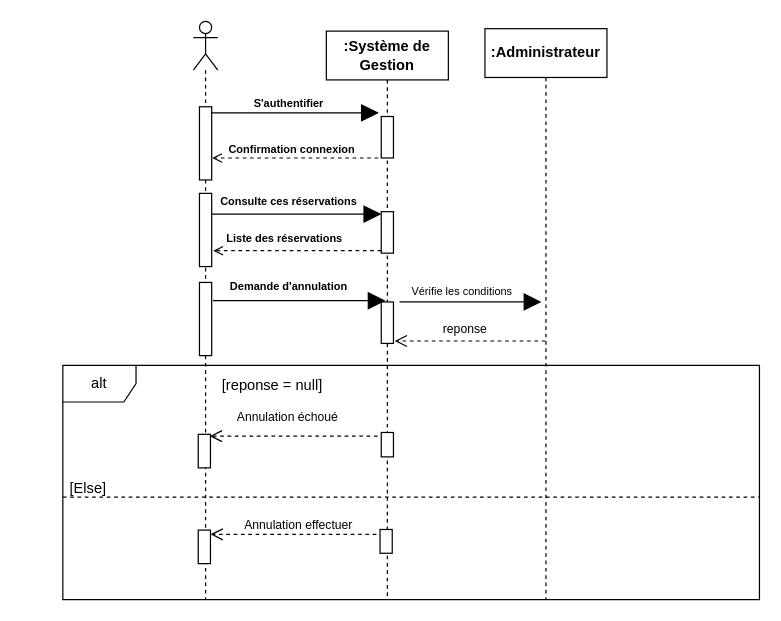
Earlier version of the draw.io diagram Diagramme sequence 2.drawio (louis-fresnel99/TpGasaL1). Source tidied: cells renumbered, new cells numbered last; positions are measured from the earlier drawing's top-left corner, leaving out a move shared by most shapes. Both pictures are drawn from the tidied source at 122%, with x=0, y=0 at pixel (34, 21).
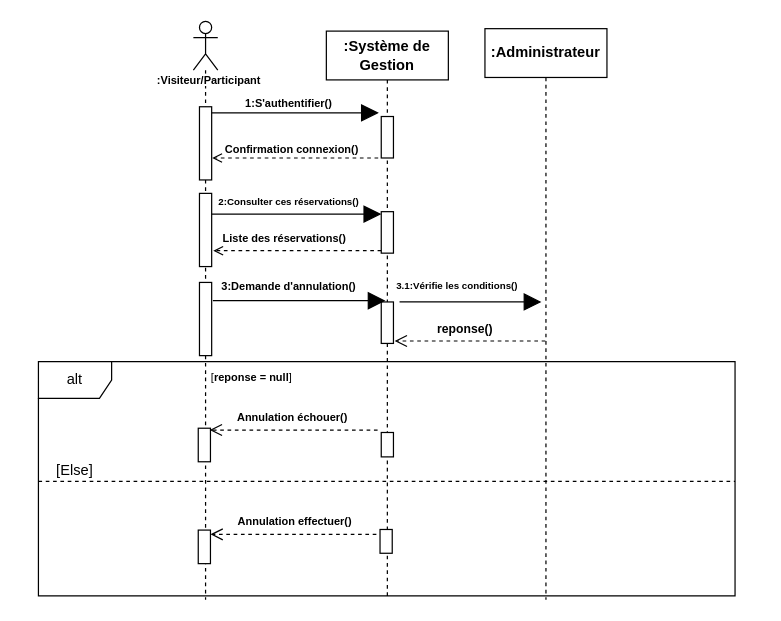
Above is the later version.

Commit message:
Mettre à jour Diagramme sequence 2.drawio

Unchanged cells that the change refers to:
```xml
<mxCell id="2" style="shape=umlLifeline;perimeter=lifelinePerimeter;whiteSpace=wrap;html=1;newEdgeStyle={&quot;curved&quot;:0,&quot;rounded&quot;:0};participant=umlActor;" parent="1" vertex="1">
  <mxGeometry x="130" width="20" height="474" as="geometry" />
</mxCell>
```

What changed in the source:
```diff
@@
     <mxCell id="3" style="html=1;perimeter=orthogonalPerimeter;targetShapes=umlLifeline;newEdgeStyle={&quot;curved&quot;:0,&quot;rounded&quot;:0};fillColor=light-dark(#FFFFFF,#FFFFFF);strokeColor=light-dark(#000000,#000000);" parent="2" vertex="1">
-      <mxGeometry x="4" y="338.5" width="10" height="27.5" as="geometry" />
+      <mxGeometry x="4" y="333.5" width="10" height="27.5" as="geometry" />
     </mxCell>
@@
-    <mxCell id="14" value="&lt;font style=&quot;color: light-dark(rgb(0, 0, 0), rgb(0, 0, 0)); font-size: 9px;&quot;&gt;&lt;b style=&quot;&quot;&gt;S'authentifier&lt;/b&gt;&lt;/font&gt;" style="text;html=1;align=center;verticalAlign=middle;whiteSpace=wrap;rounded=0;" parent="1" vertex="1">
+    <mxCell id="14" value="&lt;font style=&quot;color: light-dark(rgb(0, 0, 0), rgb(0, 0, 0)); font-size: 9px;&quot;&gt;&lt;b style=&quot;&quot;&gt;1:S'authentifier()&lt;/b&gt;&lt;/font&gt;" style="text;html=1;align=center;verticalAlign=middle;whiteSpace=wrap;rounded=0;" parent="1" vertex="1">
       <mxGeometry x="144" y="56" width="129" height="22" as="geometry" />
     </mxCell>
@@
-    <mxCell id="16" value="&lt;font style=&quot;color: light-dark(rgb(0, 0, 0), rgb(0, 0, 0)); font-size: 9px;&quot;&gt;&lt;b style=&quot;&quot;&gt;Confirmation connexion&lt;/b&gt;&lt;/font&gt;" style="text;html=1;align=center;verticalAlign=middle;whiteSpace=wrap;rounded=0;" parent="1" vertex="1">
+    <mxCell id="16" value="&lt;font style=&quot;color: light-dark(rgb(0, 0, 0), rgb(0, 0, 0)); font-size: 9px;&quot;&gt;&lt;b style=&quot;&quot;&gt;Confirmation connexion()&lt;/b&gt;&lt;/font&gt;" style="text;html=1;align=center;verticalAlign=middle;whiteSpace=wrap;rounded=0;" parent="1" vertex="1">
       <mxGeometry x="152" y="93" width="118" height="22" as="geometry" />
     </mxCell>
@@
-    <mxCell id="18" value="&lt;font style=&quot;color: light-dark(rgb(0, 0, 0), rgb(0, 0, 0)); font-size: 9px;&quot;&gt;&lt;b style=&quot;&quot;&gt;Consulte ces réservations&lt;/b&gt;&lt;/font&gt;" style="text;html=1;align=center;verticalAlign=middle;whiteSpace=wrap;rounded=0;" parent="1" vertex="1">
-      <mxGeometry x="150.9" y="138" width="114.7" height="17" as="geometry" />
+    <mxCell id="18" value="&lt;font style=&quot;color: light-dark(rgb(0, 0, 0), rgb(0, 0, 0)); font-size: 8px;&quot;&gt;&lt;b&gt;2:Consulter ces réservations()&lt;/b&gt;&lt;/font&gt;" style="text;html=1;align=center;verticalAlign=middle;whiteSpace=wrap;rounded=0;" parent="1" vertex="1">
+      <mxGeometry x="142.9" y="138" width="131.1" height="17" as="geometry" />
     </mxCell>
@@
-    <mxCell id="20" value="&lt;font style=&quot;color: light-dark(rgb(0, 0, 0), rgb(0, 0, 0)); font-size: 9px;&quot;&gt;&lt;b style=&quot;&quot;&gt;Liste des réservations&lt;/b&gt;&lt;/font&gt;" style="text;html=1;align=center;verticalAlign=middle;whiteSpace=wrap;rounded=0;" parent="1" vertex="1">
+    <mxCell id="20" value="&lt;font style=&quot;color: light-dark(rgb(0, 0, 0), rgb(0, 0, 0)); font-size: 9px;&quot;&gt;&lt;b style=&quot;&quot;&gt;Liste des réservations()&lt;/b&gt;&lt;/font&gt;" style="text;html=1;align=center;verticalAlign=middle;whiteSpace=wrap;rounded=0;" parent="1" vertex="1">
       <mxGeometry x="146.3" y="166" width="118" height="22" as="geometry" />
     </mxCell>
@@
-    <mxCell id="22" value="&lt;font style=&quot;color: light-dark(rgb(0, 0, 0), rgb(0, 0, 0)); font-size: 9px;&quot;&gt;&lt;b style=&quot;&quot;&gt;Demande d'annulation&lt;/b&gt;&lt;/font&gt;" style="text;html=1;align=center;verticalAlign=middle;whiteSpace=wrap;rounded=0;" parent="1" vertex="1">
+    <mxCell id="22" value="&lt;font style=&quot;color: light-dark(rgb(0, 0, 0), rgb(0, 0, 0)); font-size: 9px;&quot;&gt;&lt;b style=&quot;&quot;&gt;3:Demande d'annulation()&lt;/b&gt;&lt;/font&gt;" style="text;html=1;align=center;verticalAlign=middle;whiteSpace=wrap;rounded=0;" parent="1" vertex="1">
       <mxGeometry x="144.3" y="208" width="129" height="18" as="geometry" />
     </mxCell>
@@
-    <mxCell id="24" value="&lt;font style=&quot;color: light-dark(rgb(0, 0, 0), rgb(0, 0, 0)); font-size: 9px;&quot;&gt;Vérifie les conditions&lt;/font&gt;" style="text;html=1;align=center;verticalAlign=middle;whiteSpace=wrap;rounded=0;" parent="1" vertex="1">
-      <mxGeometry x="286.3" y="212" width="129" height="18" as="geometry" />
+    <mxCell id="24" value="&lt;font style=&quot;color: light-dark(rgb(0, 0, 0), rgb(0, 0, 0)); font-size: 8px;&quot;&gt;&lt;b&gt;3.1:Vérifie les conditions()&lt;/b&gt;&lt;/font&gt;" style="text;html=1;align=center;verticalAlign=middle;whiteSpace=wrap;rounded=0;" parent="1" vertex="1">
+      <mxGeometry x="282.3" y="207" width="129" height="18" as="geometry" />
     </mxCell>
@@
-    <mxCell id="26" value="&lt;font style=&quot;color: light-dark(rgb(0, 0, 0), rgb(0, 0, 0));&quot;&gt;&lt;span style=&quot;font-size: 10px;&quot;&gt;reponse&lt;/span&gt;&lt;/font&gt;" style="text;html=1;align=center;verticalAlign=middle;whiteSpace=wrap;rounded=0;" parent="1" vertex="1">
+    <mxCell id="26" value="&lt;font style=&quot;color: light-dark(rgb(0, 0, 0), rgb(0, 0, 0));&quot;&gt;&lt;span style=&quot;font-size: 10px;&quot;&gt;&lt;b&gt;reponse()&lt;/b&gt;&lt;/span&gt;&lt;/font&gt;" style="text;html=1;align=center;verticalAlign=middle;whiteSpace=wrap;rounded=0;" parent="1" vertex="1">
       <mxGeometry x="311" y="243" width="84" height="17" as="geometry" />
     </mxCell>
     <mxCell id="27" value="alt" style="shape=umlFrame;whiteSpace=wrap;html=1;" parent="1" vertex="1">
-      <mxGeometry x="23" y="282" width="571" height="192" as="geometry" />
+      <mxGeometry x="3" y="279" width="571" height="192" as="geometry" />
     </mxCell>
-    <mxCell id="28" value="[reponse = null]" style="text;html=1;align=center;verticalAlign=middle;whiteSpace=wrap;rounded=0;" parent="1" vertex="1">
-      <mxGeometry x="151" y="284" width="88" height="30" as="geometry" />
+    <mxCell id="28" value="&lt;font style=&quot;font-size: 9px;&quot;&gt;[&lt;b style=&quot;&quot;&gt;reponse = null&lt;/b&gt;]&lt;/font&gt;" style="text;html=1;align=center;verticalAlign=middle;whiteSpace=wrap;rounded=0;" parent="1" vertex="1">
+      <mxGeometry x="134" y="276" width="88" height="30" as="geometry" />
     </mxCell>
     <mxCell id="29" style="html=1;verticalAlign=bottom;endArrow=open;dashed=1;endSize=8;curved=0;rounded=0;strokeColor=light-dark(#000000,#000000);" parent="1" edge="1">
       <mxGeometry relative="1" as="geometry">
-        <mxPoint x="281" y="340" as="sourcePoint" />
-        <mxPoint x="143.4" y="340" as="targetPoint" />
+        <mxPoint x="281" y="335" as="sourcePoint" />
+        <mxPoint x="143.4" y="335" as="targetPoint" />
       </mxGeometry>
     </mxCell>
-    <mxCell id="30" value="&lt;font style=&quot;color: light-dark(rgb(0, 0, 0), rgb(0, 0, 0));&quot;&gt;&lt;span style=&quot;font-size: 10px;&quot;&gt;Annulation échoué&lt;/span&gt;&lt;/font&gt;" style="text;html=1;align=center;verticalAlign=middle;whiteSpace=wrap;rounded=0;" parent="1" vertex="1">
-      <mxGeometry x="151.3" y="315" width="112.7" height="17" as="geometry" />
+    <mxCell id="30" value="&lt;font style=&quot;color: light-dark(rgb(0, 0, 0), rgb(0, 0, 0)); font-size: 9px;&quot;&gt;&lt;b style=&quot;&quot;&gt;Annulation échouer()&lt;/b&gt;&lt;/font&gt;" style="text;html=1;align=center;verticalAlign=middle;whiteSpace=wrap;rounded=0;" parent="1" vertex="1">
+      <mxGeometry x="154.6" y="315" width="112.7" height="17" as="geometry" />
     </mxCell>
     <mxCell id="31" style="line;strokeWidth=1;fillColor=none;align=left;verticalAlign=middle;spacingTop=-1;spacingLeft=3;spacingRight=3;labelPosition=right;strokeColor=inherit;dashed=1;" parent="1" vertex="1">
-      <mxGeometry x="23" y="386" width="571" height="8" as="geometry" />
+      <mxGeometry x="3" y="373" width="571" height="8" as="geometry" />
     </mxCell>
     <mxCell id="32" value="[Else]" style="text;html=1;align=center;verticalAlign=middle;whiteSpace=wrap;rounded=0;" parent="1" vertex="1">
-      <mxGeometry y="368" width="88" height="30" as="geometry" />
+      <mxGeometry x="-11" y="353" width="88" height="30" as="geometry" />
     </mxCell>
@@
-    <mxCell id="35" value="&lt;font style=&quot;color: light-dark(rgb(0, 0, 0), rgb(0, 0, 0));&quot;&gt;&lt;span style=&quot;font-size: 10px;&quot;&gt;Annulation effectuer&lt;/span&gt;&lt;/font&gt;" style="text;html=1;align=center;verticalAlign=middle;whiteSpace=wrap;rounded=0;" parent="1" vertex="1">
-      <mxGeometry x="160.3" y="404.5" width="112.7" height="17" as="geometry" />
+    <mxCell id="35" value="&lt;font style=&quot;color: light-dark(rgb(0, 0, 0), rgb(0, 0, 0)); font-size: 9px;&quot;&gt;&lt;b style=&quot;&quot;&gt;Annulation effectuer()&lt;/b&gt;&lt;/font&gt;" style="text;html=1;align=center;verticalAlign=middle;whiteSpace=wrap;rounded=0;" parent="1" vertex="1">
+      <mxGeometry x="157.3" y="400" width="112.7" height="17" as="geometry" />
     </mxCell>
@@
+    <mxCell id="38" value="&lt;b style=&quot;font-size: 9px;&quot;&gt;:Visiteur/Participant&lt;/b&gt;" style="text;html=1;align=center;verticalAlign=middle;whiteSpace=wrap;rounded=0;fillColor=#FFFFFF;" parent="1" vertex="1">
+      <mxGeometry x="116" y="43" width="54" height="10" as="geometry" />
+    </mxCell>
```
